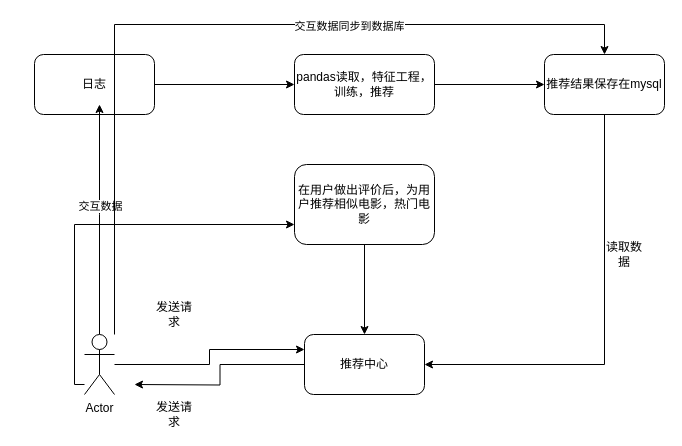
The draw.io diagram Untitled Diagram.drawio in foxlora/charts, before the edit. Source tidied: cells renumbered, new cells numbered last; positions are measured from the earlier drawing's top-left corner, leaving out a move shared by most shapes. Both pictures are drawn from the tidied source at 100%, with x=0, y=0 at pixel (34, 24).
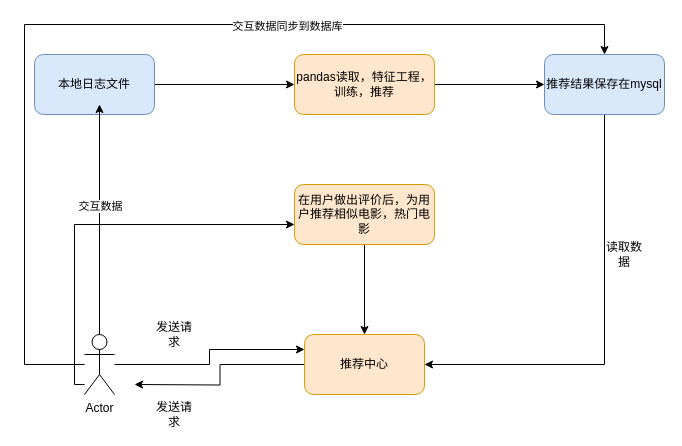
After the change.

Commit message:
电影推荐系统

The change refers to these unchanged cells:
```xml
<mxCell id="10" value="Actor" style="shape=umlActor;verticalLabelPosition=bottom;verticalAlign=top;html=1;outlineConnect=0;" parent="1" vertex="1">
  <mxGeometry x="50" y="310" width="30" height="60" as="geometry" />
</mxCell>
```

What changed in the source:
```diff
@@
-    <mxCell id="3" value="日志&lt;br&gt;" style="rounded=1;whiteSpace=wrap;html=1;" parent="1" vertex="1">
+    <mxCell id="3" value="本地日志文件" style="rounded=1;whiteSpace=wrap;html=1;fillColor=#dae8fc;strokeColor=#6c8ebf;" parent="1" vertex="1">
       <mxGeometry y="30" width="120" height="60" as="geometry" />
     </mxCell>
@@
     <mxCell id="7" style="edgeStyle=orthogonalEdgeStyle;rounded=0;jettySize=auto;html=1;shadow=0;" parent="1" edge="1" source="10" target="14">
       <mxGeometry relative="1" as="geometry">
         <Array as="points">
-          <mxPoint x="80" />
+          <mxPoint x="-10" y="340" />
+          <mxPoint x="-10" />
           <mxPoint x="570" />
         </Array>
       </mxGeometry>
     </mxCell>
@@
-    <mxCell id="12" value="pandas读取，特征工程，训练，推荐" style="rounded=1;whiteSpace=wrap;html=1;" parent="1" vertex="1">
+    <mxCell id="12" value="pandas读取，特征工程，训练，推荐" style="rounded=1;whiteSpace=wrap;html=1;fillColor=#ffe6cc;strokeColor=#d79b00;" parent="1" vertex="1">
       <mxGeometry x="260" y="30" width="140" height="60" as="geometry" />
     </mxCell>
@@
-    <mxCell id="14" value="推荐结果保存在mysql" style="rounded=1;whiteSpace=wrap;html=1;" parent="1" vertex="1">
+    <mxCell id="14" value="推荐结果保存在mysql" style="rounded=1;whiteSpace=wrap;html=1;fillColor=#dae8fc;strokeColor=#6c8ebf;" parent="1" vertex="1">
       <mxGeometry x="510" y="30" width="120" height="60" as="geometry" />
     </mxCell>
@@
-    <mxCell id="16" value="推荐中心&lt;br&gt;" style="rounded=1;whiteSpace=wrap;html=1;" parent="1" vertex="1">
+    <mxCell id="16" value="推荐中心&lt;br&gt;" style="rounded=1;whiteSpace=wrap;html=1;fillColor=#ffe6cc;strokeColor=#d79b00;" parent="1" vertex="1">
       <mxGeometry x="270" y="310" width="120" height="60" as="geometry" />
     </mxCell>
     <mxCell id="17" value="发送请求&lt;br&gt;" style="text;html=1;strokeColor=none;fillColor=none;align=center;verticalAlign=middle;whiteSpace=wrap;rounded=0;" parent="1" vertex="1">
-      <mxGeometry x="120" y="280" width="40" height="20" as="geometry" />
+      <mxGeometry x="120" y="300" width="40" height="20" as="geometry" />
     </mxCell>
@@
-    <mxCell id="20" value="在用户做出评价后，为用户推荐相似电影，热门电影" style="rounded=1;whiteSpace=wrap;html=1;" parent="1" vertex="1">
-      <mxGeometry x="260" y="140" width="140" height="80" as="geometry" />
+    <mxCell id="20" value="在用户做出评价后，为用户推荐相似电影，热门电影" style="rounded=1;whiteSpace=wrap;html=1;fillColor=#ffe6cc;strokeColor=#d79b00;" parent="1" vertex="1">
+      <mxGeometry x="260" y="160" width="140" height="60" as="geometry" />
     </mxCell>
```
